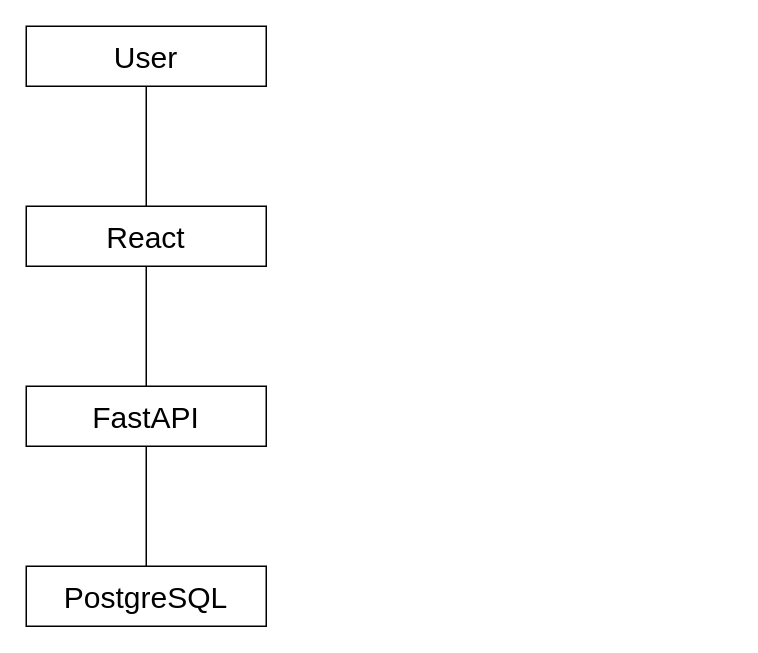
Above: page "ページ1" (1 of 2) of docs/diagrams/architecture.drawio in NK250113/ThinkTrace (draw.io), before the change. Source tidied: cells renumbered, new cells numbered last; positions are measured from the earlier drawing's top-left corner, leaving out a move shared by most shapes. Both pictures are drawn from the tidied source at 150%, with x=0, y=0 at pixel (26, 26).
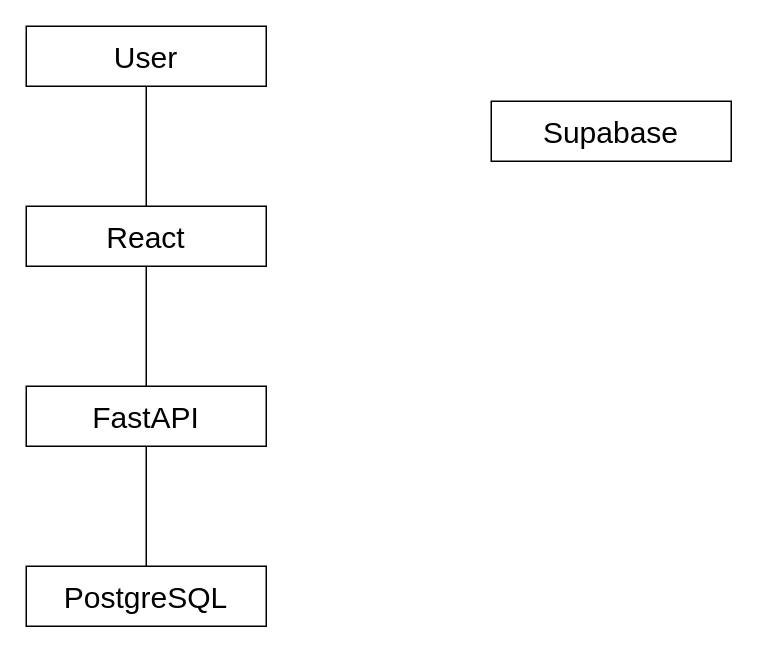
The same page after the edit.

Change to the diagram source:
```diff
@@
 <mxGraphModel>
   <root>
     <mxCell id="0" />
     <mxCell id="1" parent="0" />
     <mxCell id="2" style="edgeStyle=none;html=1;endArrow=none;endFill=0;labelBackgroundColor=none;" parent="1" edge="1" source="3" target="5">
       <mxGeometry relative="1" as="geometry" />
     </mxCell>
     <mxCell id="3" value="User" style="rounded=0;whiteSpace=wrap;html=1;fontSize=20;labelBackgroundColor=none;" parent="1" vertex="1">
       <mxGeometry width="160" height="40" as="geometry" />
     </mxCell>
     <mxCell id="4" style="edgeStyle=none;html=1;endArrow=none;endFill=0;labelBackgroundColor=none;" parent="1" edge="1" source="5" target="7">
       <mxGeometry relative="1" as="geometry" />
     </mxCell>
     <mxCell id="5" value="React" style="rounded=0;whiteSpace=wrap;html=1;fontSize=20;labelBackgroundColor=none;" parent="1" vertex="1">
       <mxGeometry y="120" width="160" height="40" as="geometry" />
     </mxCell>
     <mxCell id="6" style="edgeStyle=none;html=1;endArrow=none;endFill=0;labelBackgroundColor=none;" parent="1" edge="1" source="7" target="8">
       <mxGeometry relative="1" as="geometry" />
     </mxCell>
     <mxCell id="7" value="FastAPI" style="rounded=0;whiteSpace=wrap;html=1;fontSize=20;labelBackgroundColor=none;" parent="1" vertex="1">
       <mxGeometry y="240" width="160" height="40" as="geometry" />
     </mxCell>
     <mxCell id="8" value="PostgreSQL" style="rounded=0;whiteSpace=wrap;html=1;fontSize=20;labelBackgroundColor=none;" parent="1" vertex="1">
       <mxGeometry y="360" width="160" height="40" as="geometry" />
     </mxCell>
+    <mxCell id="9" value="Supabase" style="rounded=0;whiteSpace=wrap;html=1;fontSize=20;labelBackgroundColor=none;" parent="1" vertex="1">
+      <mxGeometry x="310" y="50" width="160" height="40" as="geometry" />
+    </mxCell>
   </root>
 </mxGraphModel>
```
